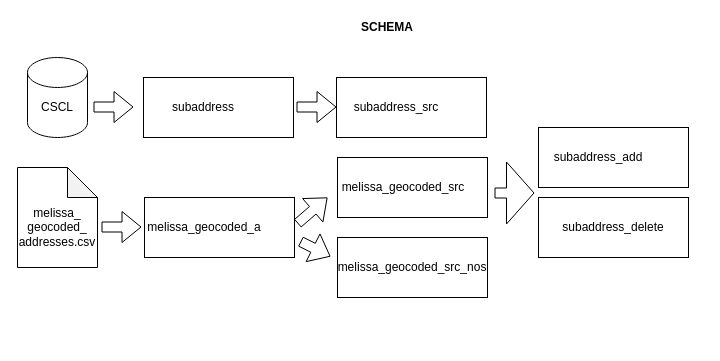
This is doc/schema.drawio from mattyschell/cscl-subaddress-matched, a draw.io file, before an edit. Source tidied: cells renumbered, new cells numbered last; positions are measured from the earlier drawing's top-left corner, leaving out a move shared by most shapes. Both pictures are drawn from the tidied source at 100%, with x=0, y=0 at pixel (17, 17).
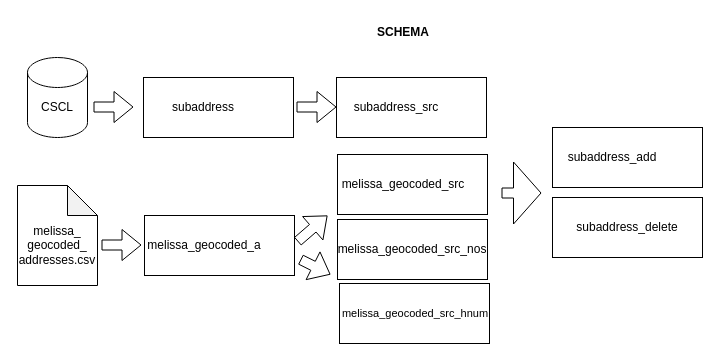
After the change.

Commit message (it also covers changes not shown here):
populate hnum table and update docs

Change to the diagram source:
```diff
@@
     <mxCell id="4" style="rounded=0;whiteSpace=wrap;html=1;" parent="1" vertex="1">
-      <mxGeometry x="320" y="140" width="150" height="60" as="geometry" />
+      <mxGeometry x="320" y="137" width="150" height="60" as="geometry" />
     </mxCell>
     <mxCell id="5" value="melissa_geocoded_src" style="text;html=1;strokeColor=none;fillColor=none;align=center;verticalAlign=middle;whiteSpace=wrap;rounded=0;" parent="1" vertex="1">
-      <mxGeometry x="366" y="160" width="40" height="20" as="geometry" />
+      <mxGeometry x="366" y="157" width="40" height="20" as="geometry" />
     </mxCell>
     <mxCell id="6" style="rounded=0;whiteSpace=wrap;html=1;" parent="1" vertex="1">
-      <mxGeometry x="320" y="220" width="150" height="60" as="geometry" />
+      <mxGeometry x="320" y="202" width="150" height="60" as="geometry" />
     </mxCell>
     <mxCell id="7" value="melissa_geocoded_src_nos" style="text;html=1;strokeColor=none;fillColor=none;align=center;verticalAlign=middle;whiteSpace=wrap;rounded=0;" parent="1" vertex="1">
-      <mxGeometry x="375" y="240" width="40" height="20" as="geometry" />
+      <mxGeometry x="375" y="222" width="40" height="20" as="geometry" />
     </mxCell>
     <mxCell id="8" style="rounded=0;whiteSpace=wrap;html=1;" parent="1" vertex="1">
-      <mxGeometry x="521" y="110" width="150" height="60" as="geometry" />
+      <mxGeometry x="535" y="110" width="150" height="60" as="geometry" />
     </mxCell>
     <mxCell id="9" value="subaddress_add" style="text;html=1;strokeColor=none;fillColor=none;align=center;verticalAlign=middle;whiteSpace=wrap;rounded=0;" parent="1" vertex="1">
-      <mxGeometry x="561" y="130" width="40" height="20" as="geometry" />
+      <mxGeometry x="575" y="130" width="40" height="20" as="geometry" />
     </mxCell>
     <mxCell id="10" style="rounded=0;whiteSpace=wrap;html=1;" parent="1" vertex="1">
-      <mxGeometry x="521" y="180" width="150" height="60" as="geometry" />
+      <mxGeometry x="535" y="180" width="150" height="60" as="geometry" />
     </mxCell>
     <mxCell id="11" value="subaddress_delete" style="text;html=1;strokeColor=none;fillColor=none;align=center;verticalAlign=middle;whiteSpace=wrap;rounded=0;" parent="1" vertex="1">
-      <mxGeometry x="576" y="200" width="40" height="20" as="geometry" />
+      <mxGeometry x="590" y="200" width="40" height="20" as="geometry" />
     </mxCell>
     <mxCell id="12" value="SCHEMA" style="text;html=1;strokeColor=none;fillColor=none;align=center;verticalAlign=middle;whiteSpace=wrap;rounded=0;fontStyle=1;" parent="1" vertex="1">
-      <mxGeometry x="350" width="40" height="20" as="geometry" />
+      <mxGeometry x="366" y="5" width="40" height="20" as="geometry" />
     </mxCell>
@@
     <mxCell id="15" style="rounded=0;whiteSpace=wrap;html=1;" parent="1" vertex="1">
-      <mxGeometry x="127" y="180" width="150" height="60" as="geometry" />
+      <mxGeometry x="127" y="198" width="150" height="60" as="geometry" />
     </mxCell>
     <mxCell id="16" value="melissa_geocoded_a" style="text;html=1;strokeColor=none;fillColor=none;align=center;verticalAlign=middle;whiteSpace=wrap;rounded=0;" parent="1" vertex="1">
-      <mxGeometry x="167" y="200" width="40" height="20" as="geometry" />
+      <mxGeometry x="167" y="218" width="40" height="20" as="geometry" />
     </mxCell>
@@
     <mxCell id="19" style="shape=note;whiteSpace=wrap;html=1;backgroundOutline=1;darkOpacity=0.05;" parent="1" vertex="1">
-      <mxGeometry y="150" width="80" height="100" as="geometry" />
+      <mxGeometry y="168" width="80" height="100" as="geometry" />
     </mxCell>
     <mxCell id="20" value="melissa_&lt;br&gt;geocoded_&lt;br&gt;addresses.csv" style="text;html=1;strokeColor=none;fillColor=none;align=center;verticalAlign=middle;whiteSpace=wrap;rounded=0;" parent="1" vertex="1">
-      <mxGeometry x="20" y="200" width="40" height="20" as="geometry" />
+      <mxGeometry x="20" y="218" width="40" height="20" as="geometry" />
     </mxCell>
     <mxCell id="21" style="shape=flexArrow;endArrow=classic;html=1;" parent="1" edge="1">
       <mxGeometry relative="1" as="geometry">
-        <mxPoint x="280" y="206" as="sourcePoint" />
-        <mxPoint x="310" y="180" as="targetPoint" />
+        <mxPoint x="280" y="224" as="sourcePoint" />
+        <mxPoint x="310" y="198" as="targetPoint" />
       </mxGeometry>
     </mxCell>
@@
     <mxCell id="23" style="shape=flexArrow;endArrow=classic;html=1;" parent="1" edge="1">
       <mxGeometry relative="1" as="geometry">
-        <mxPoint x="84" y="209.5" as="sourcePoint" />
-        <mxPoint x="124" y="209.5" as="targetPoint" />
+        <mxPoint x="84" y="227.5" as="sourcePoint" />
+        <mxPoint x="124" y="227.5" as="targetPoint" />
       </mxGeometry>
     </mxCell>
@@
     <mxCell id="25" style="shape=flexArrow;endArrow=classic;html=1;" parent="1" edge="1">
       <mxGeometry relative="1" as="geometry">
-        <mxPoint x="283" y="224" as="sourcePoint" />
-        <mxPoint x="313" y="239" as="targetPoint" />
+        <mxPoint x="283" y="242" as="sourcePoint" />
+        <mxPoint x="313" y="257" as="targetPoint" />
       </mxGeometry>
     </mxCell>
     <mxCell id="26" style="shape=flexArrow;endArrow=classic;html=1;endWidth=51;endSize=8.835;" parent="1" edge="1">
       <mxGeometry relative="1" as="geometry">
-        <mxPoint x="477" y="175.5" as="sourcePoint" />
-        <mxPoint x="517" y="175.5" as="targetPoint" />
+        <mxPoint x="484" y="175.5" as="sourcePoint" />
+        <mxPoint x="524" y="175.5" as="targetPoint" />
       </mxGeometry>
     </mxCell>
+    <mxCell id="27" style="rounded=0;whiteSpace=wrap;html=1;" parent="1" vertex="1">
+      <mxGeometry x="322" y="266" width="150" height="60" as="geometry" />
+    </mxCell>
+    <mxCell id="28" value="melissa_geocoded_src_hnum" style="text;html=1;strokeColor=none;fillColor=none;align=center;verticalAlign=middle;whiteSpace=wrap;rounded=0;fontSize=11;" parent="1" vertex="1">
+      <mxGeometry x="378" y="286" width="40" height="20" as="geometry" />
+    </mxCell>
```
